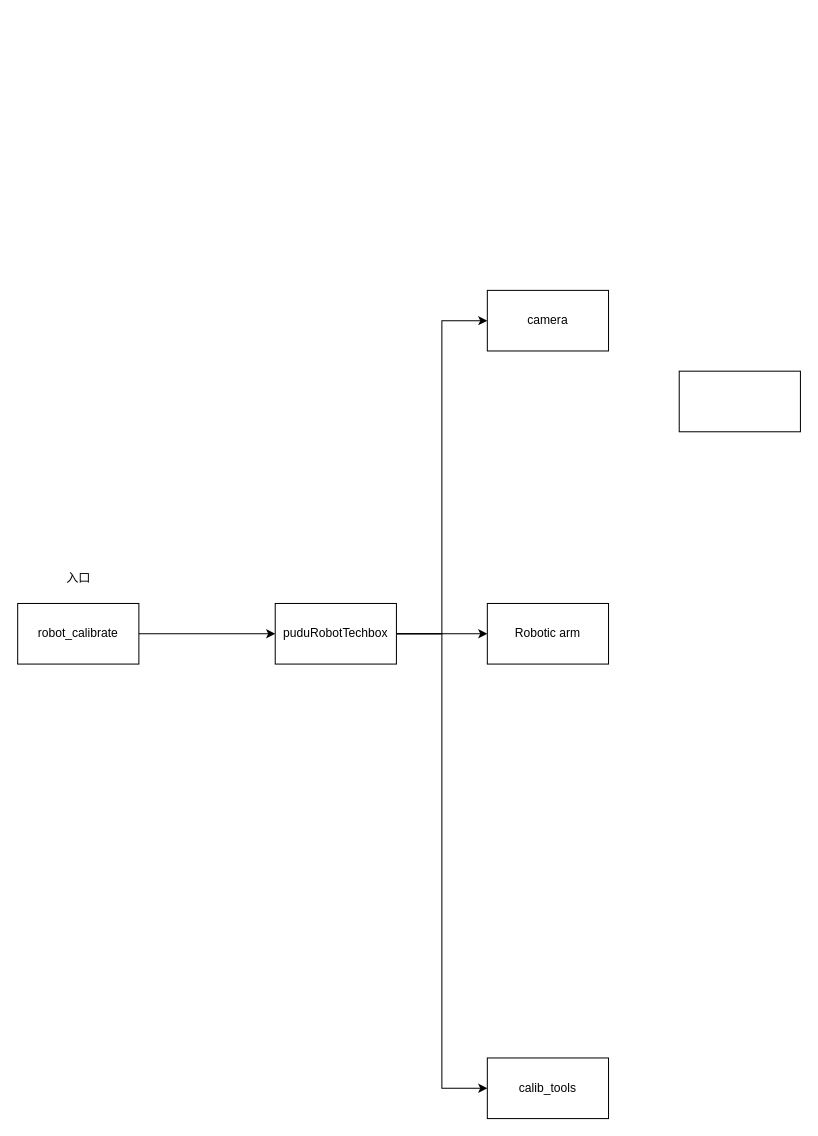
Above: 重构相机标定工具.drawio in Jev0987/drawioFile (draw.io), before the change. Source tidied: cells renumbered, new cells numbered last; positions are measured from the earlier drawing's top-left corner, leaving out a move shared by most shapes. Both pictures are drawn from the tidied source at 101%, with x=0, y=0 at pixel (17, 290).
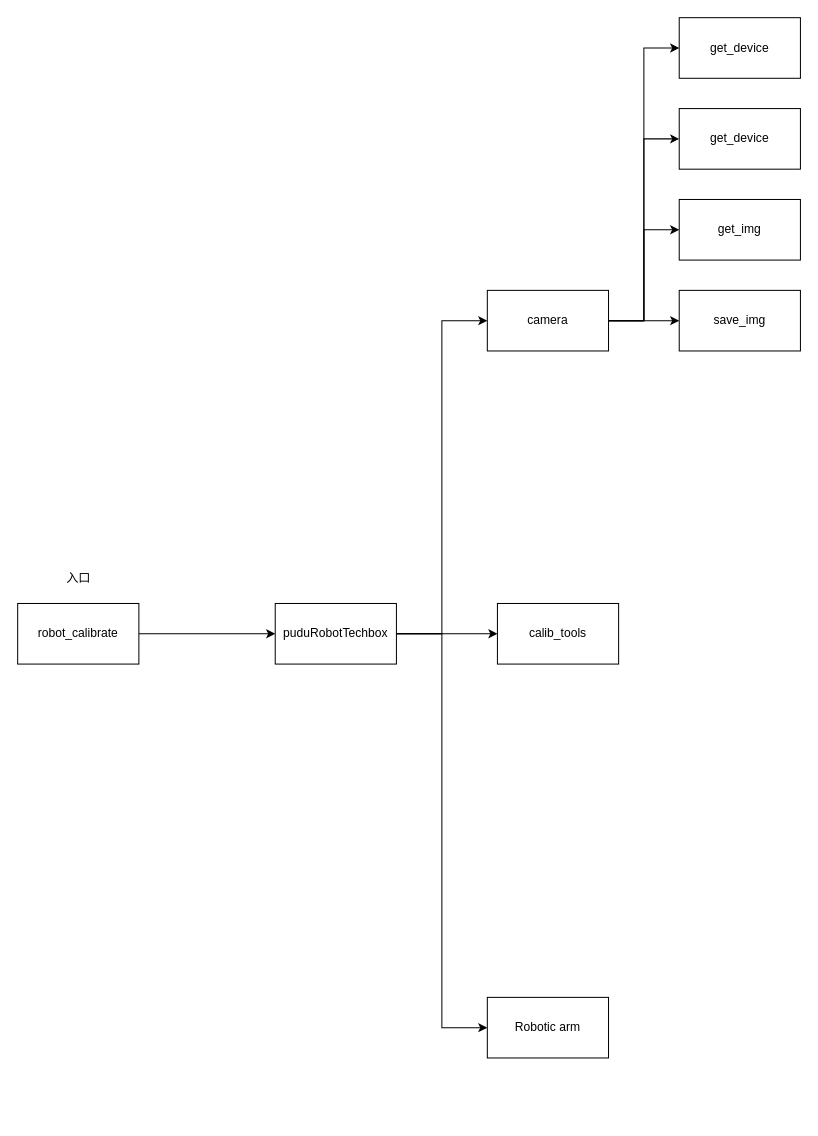
The same page after the edit.

Commit message (it also covers changes not shown here):
更新重构相机标定工具.drawio

The edit, as a diff of the source:
```diff
@@
 <mxGraphModel>
   <root>
     <mxCell id="0" />
     <mxCell id="1" parent="0" />
     <mxCell id="2" style="edgeStyle=orthogonalEdgeStyle;rounded=0;jettySize=auto;html=1;exitX=1;exitY=0.5;exitDx=0;exitDy=0;entryX=0;entryY=0.5;entryDx=0;entryDy=0;" parent="1" edge="1" source="3" target="8">
       <mxGeometry relative="1" as="geometry" />
     </mxCell>
     <mxCell id="3" value="robot_calibrate" style="rounded=0;whiteSpace=wrap;html=1;" parent="1" vertex="1">
       <mxGeometry y="310" width="120" height="60" as="geometry" />
     </mxCell>
     <mxCell id="4" value="入口" style="text;html=1;align=center;verticalAlign=middle;strokeColor=none;fillColor=none;" parent="1" vertex="1">
       <mxGeometry x="35" y="270" width="50" height="30" as="geometry" />
     </mxCell>
     <mxCell id="5" style="edgeStyle=orthogonalEdgeStyle;rounded=0;jettySize=auto;html=1;exitX=1;exitY=0.5;exitDx=0;exitDy=0;entryX=0;entryY=0.5;entryDx=0;entryDy=0;" parent="1" edge="1" source="8" target="9">
       <mxGeometry relative="1" as="geometry" />
     </mxCell>
     <mxCell id="6" style="edgeStyle=orthogonalEdgeStyle;rounded=0;jettySize=auto;html=1;exitX=1;exitY=0.5;exitDx=0;exitDy=0;entryX=0;entryY=0.5;entryDx=0;entryDy=0;" parent="1" edge="1" source="8" target="10">
       <mxGeometry relative="1" as="geometry" />
     </mxCell>
     <mxCell id="7" style="edgeStyle=orthogonalEdgeStyle;rounded=0;jettySize=auto;html=1;exitX=1;exitY=0.5;exitDx=0;exitDy=0;entryX=0;entryY=0.5;entryDx=0;entryDy=0;" parent="1" edge="1" source="8" target="12">
       <mxGeometry relative="1" as="geometry" />
     </mxCell>
     <mxCell id="8" value="puduRobotTechbox" style="rounded=0;whiteSpace=wrap;html=1;" parent="1" vertex="1">
       <mxGeometry x="255" y="310" width="120" height="60" as="geometry" />
     </mxCell>
+    <mxCell id="13" style="edgeStyle=orthogonalEdgeStyle;rounded=0;jettySize=auto;html=1;exitX=1;exitY=0.5;exitDx=0;exitDy=0;entryX=0;entryY=0.5;entryDx=0;entryDy=0;" parent="1" edge="1" source="9" target="18">
+      <mxGeometry relative="1" as="geometry" />
+    </mxCell>
+    <mxCell id="14" style="edgeStyle=orthogonalEdgeStyle;rounded=0;jettySize=auto;html=1;exitX=1;exitY=0.5;exitDx=0;exitDy=0;entryX=0;entryY=0.5;entryDx=0;entryDy=0;" parent="1" edge="1" source="9" target="19">
+      <mxGeometry relative="1" as="geometry" />
+    </mxCell>
+    <mxCell id="15" style="edgeStyle=orthogonalEdgeStyle;rounded=0;jettySize=auto;html=1;exitX=1;exitY=0.5;exitDx=0;exitDy=0;entryX=0;entryY=0.5;entryDx=0;entryDy=0;" parent="1" edge="1" source="9" target="11">
+      <mxGeometry relative="1" as="geometry" />
+    </mxCell>
+    <mxCell id="16" style="edgeStyle=orthogonalEdgeStyle;rounded=0;jettySize=auto;html=1;exitX=1;exitY=0.5;exitDx=0;exitDy=0;entryX=0;entryY=0.5;entryDx=0;entryDy=0;" parent="1" edge="1" source="9" target="17">
+      <mxGeometry relative="1" as="geometry" />
+    </mxCell>
     <mxCell id="9" value="camera" style="whiteSpace=wrap;html=1;" parent="1" vertex="1">
       <mxGeometry x="465" width="120" height="60" as="geometry" />
     </mxCell>
     <mxCell id="10" value="Robotic arm" style="whiteSpace=wrap;html=1;" parent="1" vertex="1">
-      <mxGeometry x="465" y="310" width="120" height="60" as="geometry" />
+      <mxGeometry x="465" y="700" width="120" height="60" as="geometry" />
     </mxCell>
-    <mxCell id="11" style="whiteSpace=wrap;html=1;" parent="1" vertex="1">
-      <mxGeometry x="655" y="80" width="120" height="60" as="geometry" />
+    <mxCell id="11" value="get_img" style="whiteSpace=wrap;html=1;" parent="1" vertex="1">
+      <mxGeometry x="655" y="-90" width="120" height="60" as="geometry" />
     </mxCell>
     <mxCell id="12" value="calib_tools" style="whiteSpace=wrap;html=1;" parent="1" vertex="1">
-      <mxGeometry x="465" y="760" width="120" height="60" as="geometry" />
+      <mxGeometry x="475" y="310" width="120" height="60" as="geometry" />
     </mxCell>
+    <mxCell id="17" value="save_img" style="whiteSpace=wrap;html=1;" parent="1" vertex="1">
+      <mxGeometry x="655" width="120" height="60" as="geometry" />
+    </mxCell>
+    <mxCell id="18" value="get_device" style="whiteSpace=wrap;html=1;" parent="1" vertex="1">
+      <mxGeometry x="655" y="-270" width="120" height="60" as="geometry" />
+    </mxCell>
+    <mxCell id="19" value="get_device" style="whiteSpace=wrap;html=1;" parent="1" vertex="1">
+      <mxGeometry x="655" y="-180" width="120" height="60" as="geometry" />
+    </mxCell>
   </root>
 </mxGraphModel>
```
